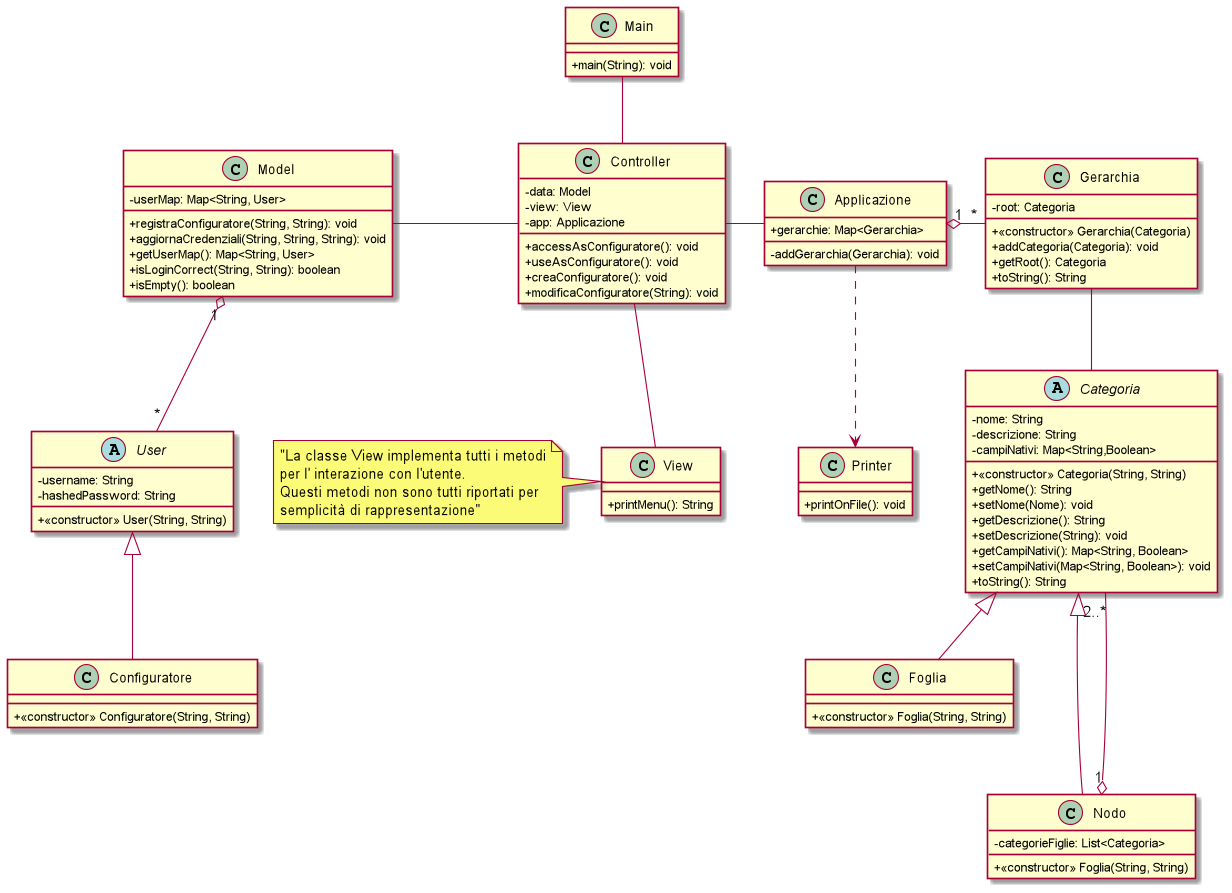
This is doc/uml/version1/png/Class diagram-Version1.0.png from eletoo/inge_del_software, a PlantUML export, as it was before one commit.
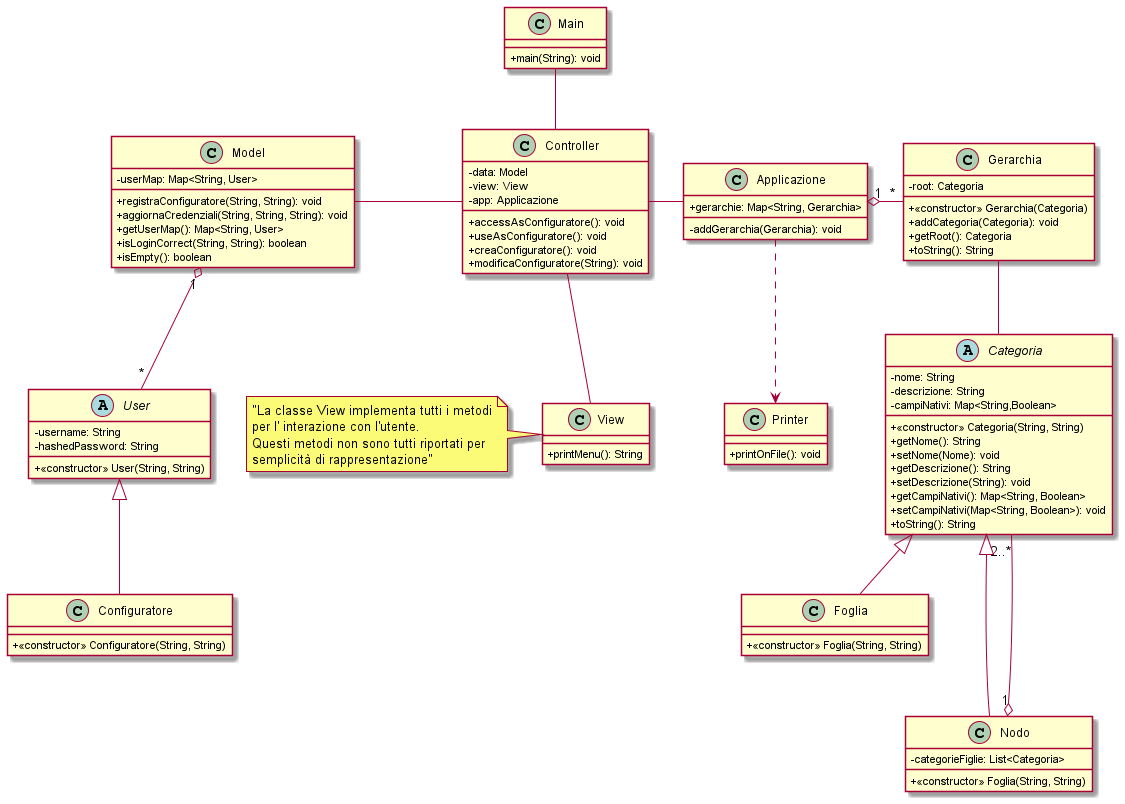
After the change.

What changed in the source:
```diff
@@ -2,7 +2,7 @@
 skinparam ClassAttributeIconSize 0
 
 class Applicazione{
-+ gerarchie: Map<Gerarchia>
++ gerarchie: Map<String, Gerarchia>
 - addGerarchia(Gerarchia): void
 }
 
```
